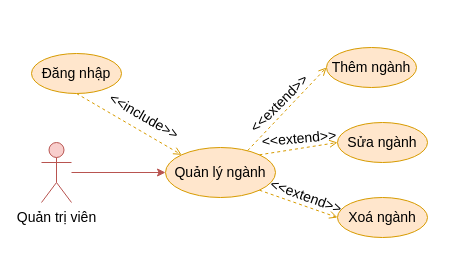
Before: Documents/draw/usecase/phan-ra/quan-ly-nganh.drawio in copecute/do-an-tot-nghiep, a draw.io diagram. Source tidied: cells renumbered, new cells numbered last; positions are measured from the earlier drawing's top-left corner, leaving out a move shared by most shapes. Both pictures are drawn from the tidied source at 100%, with x=0, y=0 at pixel (31, 47).
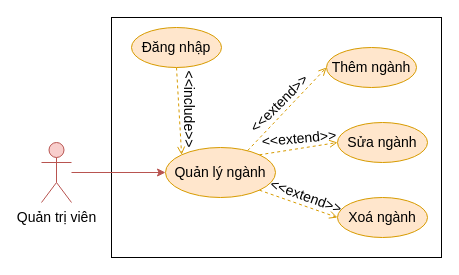
Above is the later version.

Diff of the diagram source:
```diff
@@
 <mxGraphModel>
   <root>
     <mxCell id="0" />
     <mxCell id="1" parent="0" />
+    <mxCell id="17" style="rounded=0;whiteSpace=wrap;html=1;" parent="1" vertex="1">
+      <mxGeometry x="80" y="-30" width="330" height="240" as="geometry" />
+    </mxCell>
     <mxCell id="2" value="Quản lý ngành" style="ellipse;whiteSpace=wrap;html=1;fillColor=#ffe6cc;strokeColor=#d79b00;fontSize=14;" parent="1" vertex="1">
       <mxGeometry x="134" y="100" width="110" height="50" as="geometry" />
     </mxCell>
     <mxCell id="3" style="rounded=0;jettySize=auto;html=1;entryX=0;entryY=0.5;entryDx=0;entryDy=0;fillColor=#ffe6cc;strokeColor=#d79b00;exitX=0.747;exitY=0.061;exitDx=0;exitDy=0;exitPerimeter=0;dashed=1;fontSize=14;endArrow=open;endFill=0;" parent="1" edge="1" source="2" target="6">
       <mxGeometry relative="1" as="geometry" />
     </mxCell>
     <mxCell id="4" style="rounded=0;jettySize=auto;html=1;entryX=0;entryY=0.5;entryDx=0;entryDy=0;fillColor=#ffe6cc;strokeColor=#d79b00;exitX=1;exitY=0;exitDx=0;exitDy=0;dashed=1;fontSize=14;endArrow=open;endFill=0;" parent="1" edge="1" source="2" target="7">
       <mxGeometry relative="1" as="geometry" />
     </mxCell>
     <mxCell id="5" style="rounded=0;jettySize=auto;html=1;exitX=1;exitY=1;exitDx=0;exitDy=0;entryX=0;entryY=0.5;entryDx=0;entryDy=0;fillColor=#ffe6cc;strokeColor=#d79b00;dashed=1;fontSize=14;endArrow=open;endFill=0;" parent="1" edge="1" source="2" target="8">
       <mxGeometry relative="1" as="geometry" />
     </mxCell>
     <mxCell id="6" value="Thêm ngành" style="ellipse;whiteSpace=wrap;html=1;fillColor=#ffe6cc;strokeColor=#d79b00;fontSize=14;" parent="1" vertex="1">
       <mxGeometry x="295" width="90" height="40" as="geometry" />
     </mxCell>
     <mxCell id="7" value="Sửa ngành" style="ellipse;whiteSpace=wrap;html=1;fillColor=#ffe6cc;strokeColor=#d79b00;fontSize=14;" parent="1" vertex="1">
       <mxGeometry x="306" y="75" width="90" height="40" as="geometry" />
     </mxCell>
     <mxCell id="8" value="Xoá ngành" style="ellipse;whiteSpace=wrap;html=1;fillColor=#ffe6cc;strokeColor=#d79b00;fontSize=14;" parent="1" vertex="1">
       <mxGeometry x="306" y="150" width="90" height="40" as="geometry" />
     </mxCell>
     <mxCell id="9" value="&lt;font style=&quot;font-size: 14px;&quot;&gt;&amp;lt;&amp;lt;extend&amp;gt;&amp;gt;&lt;/font&gt;" style="text;html=1;strokeColor=none;fillColor=none;align=center;verticalAlign=middle;whiteSpace=wrap;rounded=0;rotation=-45;fontSize=14;" parent="1" vertex="1">
       <mxGeometry x="218" y="41" width="60" height="30" as="geometry" />
     </mxCell>
     <mxCell id="10" value="&lt;font style=&quot;font-size: 14px;&quot;&gt;&amp;lt;&amp;lt;extend&amp;gt;&amp;gt;&lt;/font&gt;" style="text;html=1;strokeColor=none;fillColor=none;align=center;verticalAlign=middle;whiteSpace=wrap;rounded=0;rotation=-5;fontSize=14;" parent="1" vertex="1">
       <mxGeometry x="238" y="76" width="60" height="30" as="geometry" />
     </mxCell>
     <mxCell id="11" value="&lt;font style=&quot;font-size: 14px;&quot;&gt;&amp;lt;&amp;lt;extend&amp;gt;&amp;gt;&lt;/font&gt;" style="text;html=1;strokeColor=none;fillColor=none;align=center;verticalAlign=middle;whiteSpace=wrap;rounded=0;rotation=20;fontSize=14;" parent="1" vertex="1">
       <mxGeometry x="245" y="134" width="60" height="30" as="geometry" />
     </mxCell>
     <mxCell id="12" style="rounded=0;jettySize=auto;html=1;entryX=0;entryY=0.5;entryDx=0;entryDy=0;fillColor=#f8cecc;strokeColor=#b85450;fontSize=14;" parent="1" edge="1" source="13">
       <mxGeometry relative="1" as="geometry">
         <mxPoint x="134" y="125" as="targetPoint" />
       </mxGeometry>
     </mxCell>
     <mxCell id="13" value="Quản trị viên" style="shape=umlActor;verticalLabelPosition=bottom;verticalAlign=top;html=1;outlineConnect=0;fillColor=#f8cecc;strokeColor=#b85450;fontSize=14;" parent="1" vertex="1">
       <mxGeometry x="10" y="95" width="30" height="60" as="geometry" />
     </mxCell>
     <mxCell id="14" style="rounded=0;jettySize=auto;html=1;entryX=0;entryY=0;entryDx=0;entryDy=0;fillColor=#ffe6cc;strokeColor=#d79b00;endArrow=open;endFill=0;dashed=1;exitX=0.5;exitY=1;exitDx=0;exitDy=0;" parent="1" edge="1" source="15" target="2">
       <mxGeometry relative="1" as="geometry" />
     </mxCell>
     <mxCell id="15" value="Đăng nhập" style="ellipse;whiteSpace=wrap;html=1;fillColor=#ffe6cc;strokeColor=#d79b00;fontSize=14;" parent="1" vertex="1">
-      <mxGeometry y="6" width="90" height="40" as="geometry" />
+      <mxGeometry x="100" y="-20" width="90" height="40" as="geometry" />
     </mxCell>
-    <mxCell id="16" value="&lt;font&gt;&amp;lt;&amp;lt;include&amp;gt;&amp;gt;&lt;/font&gt;" style="text;html=1;strokeColor=none;fillColor=none;align=center;verticalAlign=middle;whiteSpace=wrap;rounded=0;rotation=30;fontSize=14;" parent="1" vertex="1">
-      <mxGeometry x="83" y="54" width="60" height="30" as="geometry" />
+    <mxCell id="16" value="&lt;font&gt;&amp;lt;&amp;lt;include&amp;gt;&amp;gt;&lt;/font&gt;" style="text;html=1;strokeColor=none;fillColor=none;align=center;verticalAlign=middle;whiteSpace=wrap;rounded=0;rotation=90;fontSize=14;" parent="1" vertex="1">
+      <mxGeometry x="128" y="47" width="60" height="30" as="geometry" />
     </mxCell>
   </root>
 </mxGraphModel>
```
